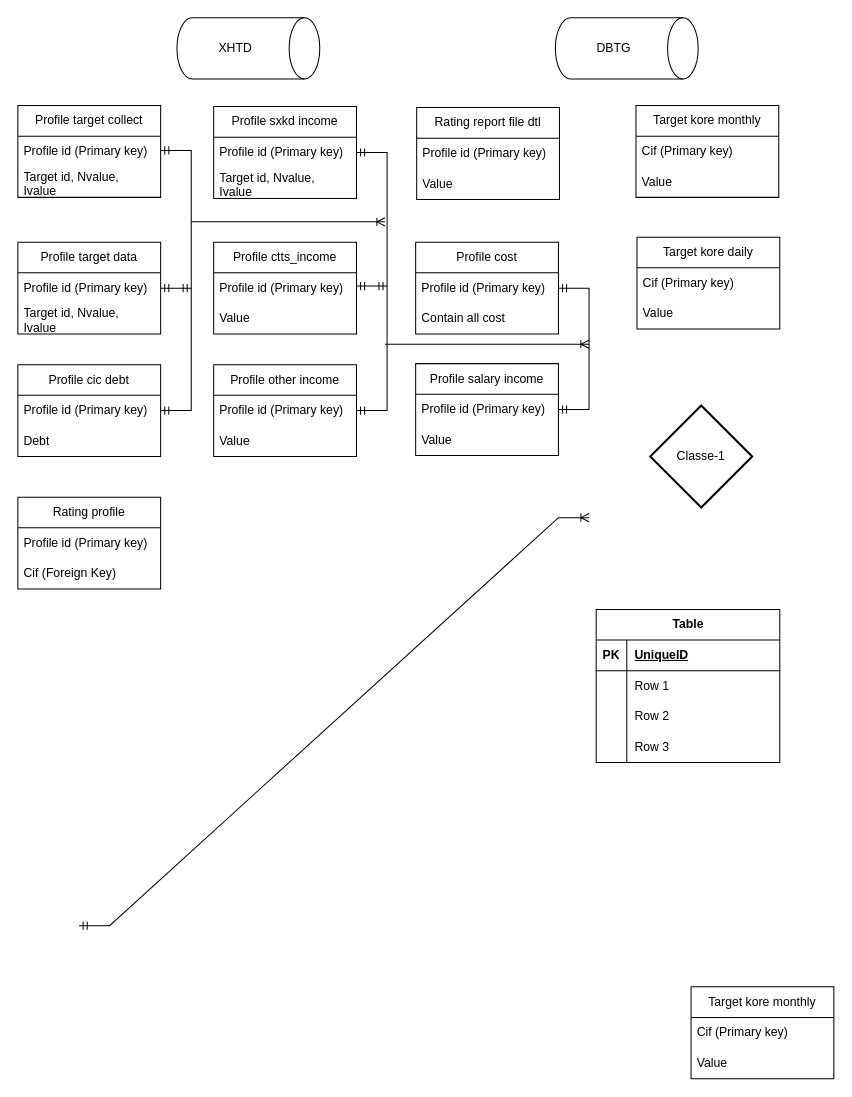
Above: Data_model_Bscore.drawio in Midland-tanaka/XHTD (draw.io), before the change. Source tidied: cells renumbered, new cells numbered last; positions are measured from the earlier drawing's top-left corner, leaving out a move shared by most shapes. Both pictures are drawn from the tidied source at 102%, with x=0, y=0 at pixel (17, 17).
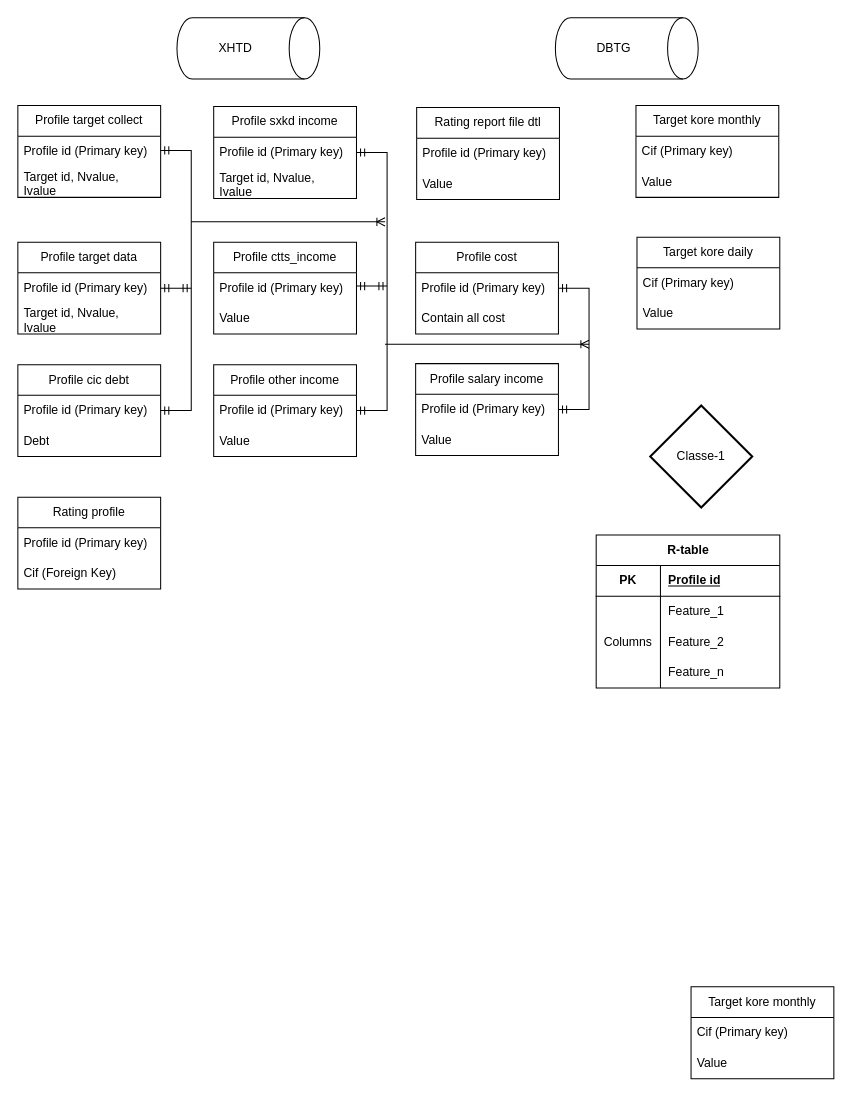
The same page after the edit.

The change refers to these unchanged cells:
```xml
<mxCell id="47" style="shape=tableRow;horizontal=0;startSize=0;swimlaneHead=0;swimlaneBody=0;fillColor=none;top=0;left=0;right=0;bottom=1;" parent="46" vertex="1">
  <mxGeometry y="30" width="180" height="30" as="geometry" />
</mxCell>
<mxCell id="50" style="shape=tableRow;horizontal=0;startSize=0;swimlaneHead=0;swimlaneBody=0;fillColor=none;top=0;left=0;right=0;bottom=0;" parent="46" vertex="1">
  <mxGeometry y="60" width="180" height="30" as="geometry" />
</mxCell>
<mxCell id="53" style="shape=tableRow;horizontal=0;startSize=0;swimlaneHead=0;swimlaneBody=0;fillColor=none;top=0;left=0;right=0;bottom=0;" parent="46" vertex="1">
  <mxGeometry y="90" width="180" height="30" as="geometry" />
</mxCell>
<mxCell id="56" style="shape=tableRow;horizontal=0;startSize=0;swimlaneHead=0;swimlaneBody=0;fillColor=none;top=0;left=0;right=0;bottom=0;" parent="46" vertex="1">
  <mxGeometry y="120" width="180" height="30" as="geometry" />
</mxCell>
```

What changed in the source:
```diff
@@
-    <mxCell id="9" style="edgeStyle=entityRelationEdgeStyle;fontSize=12;html=1;endArrow=ERoneToMany;startArrow=ERmandOne;rounded=0;exitX=1;exitY=0.5;exitDx=0;exitDy=0;entryX=0;entryY=0.5;entryDx=0;entryDy=0;" parent="1" edge="1">
-      <mxGeometry relative="1" as="geometry">
-        <mxPoint x="60" y="890" as="sourcePoint" />
-        <mxPoint x="560" y="490" as="targetPoint" />
-        <Array as="points">
-          <mxPoint x="450" y="915" />
-          <mxPoint x="540" y="815" />
-        </Array>
-      </mxGeometry>
-    </mxCell>
@@
-    <mxCell id="46" value="Table" style="shape=table;startSize=30;childLayout=tableLayout;rowLines=0;fontStyle=1;align=center;html=1;" parent="1" vertex="1">
-      <mxGeometry x="567" y="580" width="180" height="150" as="geometry" />
+    <mxCell id="46" value="R-table" style="shape=table;startSize=30;childLayout=tableLayout;rowLines=0;fontStyle=1;align=center;html=1;" parent="1" vertex="1">
+      <mxGeometry x="567" y="507" width="180" height="150" as="geometry" />
     </mxCell>
@@
     <mxCell id="48" value="PK" style="shape=partialRectangle;fillColor=none;top=0;left=0;bottom=0;right=0;fontStyle=1;overflow=hidden;whiteSpace=wrap;html=1;" parent="47" vertex="1">
-      <mxGeometry width="30" height="30" as="geometry" />
+      <mxGeometry width="63" height="30" as="geometry" />
     </mxCell>
-    <mxCell id="49" value="UniqueID" style="shape=partialRectangle;fillColor=none;top=0;left=0;bottom=0;right=0;align=left;spacingLeft=6;fontStyle=5;overflow=hidden;whiteSpace=wrap;html=1;" parent="47" vertex="1">
-      <mxGeometry x="30" width="150" height="30" as="geometry" />
+    <mxCell id="49" value="Profile id" style="shape=partialRectangle;fillColor=none;top=0;left=0;bottom=0;right=0;align=left;spacingLeft=6;fontStyle=5;overflow=hidden;whiteSpace=wrap;html=1;" parent="47" vertex="1">
+      <mxGeometry x="63" width="117" height="30" as="geometry" />
     </mxCell>
@@
     <mxCell id="51" style="shape=partialRectangle;fillColor=none;top=0;left=0;bottom=0;right=0;overflow=hidden;whiteSpace=wrap;html=1;" parent="50" vertex="1">
-      <mxGeometry width="30" height="30" as="geometry" />
+      <mxGeometry width="63" height="30" as="geometry" />
     </mxCell>
-    <mxCell id="52" value="Row 1" style="shape=partialRectangle;fillColor=none;top=0;left=0;bottom=0;right=0;align=left;spacingLeft=6;overflow=hidden;whiteSpace=wrap;html=1;" parent="50" vertex="1">
-      <mxGeometry x="30" width="150" height="30" as="geometry" />
+    <mxCell id="52" value="Feature_1" style="shape=partialRectangle;fillColor=none;top=0;left=0;bottom=0;right=0;align=left;spacingLeft=6;overflow=hidden;whiteSpace=wrap;html=1;" parent="50" vertex="1">
+      <mxGeometry x="63" width="117" height="30" as="geometry" />
     </mxCell>
@@
-    <mxCell id="54" style="shape=partialRectangle;fillColor=none;top=0;left=0;bottom=0;right=0;overflow=hidden;whiteSpace=wrap;html=1;" parent="53" vertex="1">
-      <mxGeometry width="30" height="30" as="geometry" />
+    <mxCell id="54" value="Columns" style="shape=partialRectangle;fillColor=none;top=0;left=0;bottom=0;right=0;overflow=hidden;whiteSpace=wrap;html=1;" parent="53" vertex="1">
+      <mxGeometry width="63" height="30" as="geometry" />
     </mxCell>
-    <mxCell id="55" value="Row 2" style="shape=partialRectangle;fillColor=none;top=0;left=0;bottom=0;right=0;align=left;spacingLeft=6;overflow=hidden;whiteSpace=wrap;html=1;" parent="53" vertex="1">
-      <mxGeometry x="30" width="150" height="30" as="geometry" />
+    <mxCell id="55" value="Feature_2" style="shape=partialRectangle;fillColor=none;top=0;left=0;bottom=0;right=0;align=left;spacingLeft=6;overflow=hidden;whiteSpace=wrap;html=1;" parent="53" vertex="1">
+      <mxGeometry x="63" width="117" height="30" as="geometry" />
     </mxCell>
@@
     <mxCell id="57" style="shape=partialRectangle;fillColor=none;top=0;left=0;bottom=0;right=0;overflow=hidden;whiteSpace=wrap;html=1;" parent="56" vertex="1">
-      <mxGeometry width="30" height="30" as="geometry" />
+      <mxGeometry width="63" height="30" as="geometry" />
     </mxCell>
-    <mxCell id="58" value="Row 3" style="shape=partialRectangle;fillColor=none;top=0;left=0;bottom=0;right=0;align=left;spacingLeft=6;overflow=hidden;whiteSpace=wrap;html=1;" parent="56" vertex="1">
-      <mxGeometry x="30" width="150" height="30" as="geometry" />
+    <mxCell id="58" value="Feature_n" style="shape=partialRectangle;fillColor=none;top=0;left=0;bottom=0;right=0;align=left;spacingLeft=6;overflow=hidden;whiteSpace=wrap;html=1;" parent="56" vertex="1">
+      <mxGeometry x="63" width="117" height="30" as="geometry" />
     </mxCell>
```
